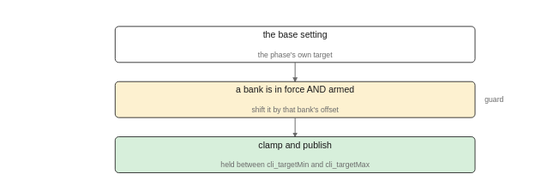
Before: images/logic/target_temp_law.drawio.svg, a diagram exported from draw.io (pstch/botanik2). Source tidied: cells renumbered, new cells last; positions are measured from the earlier drawing's top-left corner, leaving out a move shared by most shapes.
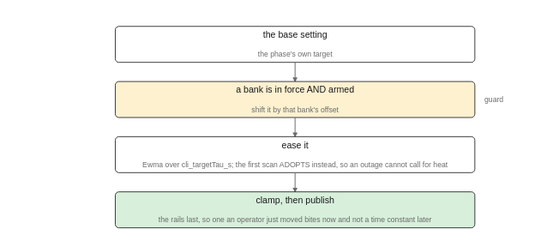
Above is the later version.

Commit message:
target: ease the target temperature instead of stepping it

The edit, as a diff of the source:
```diff
@@ -23,8 +23,17 @@
         <mxPoint x="150" y="92" as="targetPoint" />
       </mxGeometry>
     </mxCell>
-    <mxCell id="7" value="clamp and publish" style="rounded=1;fillColor=#d7efdb;strokeColor=#1a1a1a;whiteSpace=wrap;html=1;fontSize=8;" parent="1" vertex="1">
+    <mxCell id="7" value="ease it" style="rounded=1;fillColor=#ffffff;strokeColor=#1a1a1a;whiteSpace=wrap;html=1;fontSize=8;" parent="1" vertex="1">
       <mxGeometry y="92" width="300" height="30" as="geometry" />
     </mxCell>
+    <mxCell id="8" style="edgeStyle=none;html=1;strokeColor=#6b6b6b;endArrow=block;" parent="1" edge="1">
+      <mxGeometry relative="1" as="geometry">
+        <mxPoint x="150" y="122" as="sourcePoint" />
+        <mxPoint x="150" y="138" as="targetPoint" />
+      </mxGeometry>
+    </mxCell>
+    <mxCell id="9" value="clamp, then publish" style="rounded=1;fillColor=#d7efdb;strokeColor=#1a1a1a;whiteSpace=wrap;html=1;fontSize=8;" parent="1" vertex="1">
+      <mxGeometry y="138" width="300" height="30" as="geometry" />
+    </mxCell>
   </root>
 </mxGraphModel>
```
